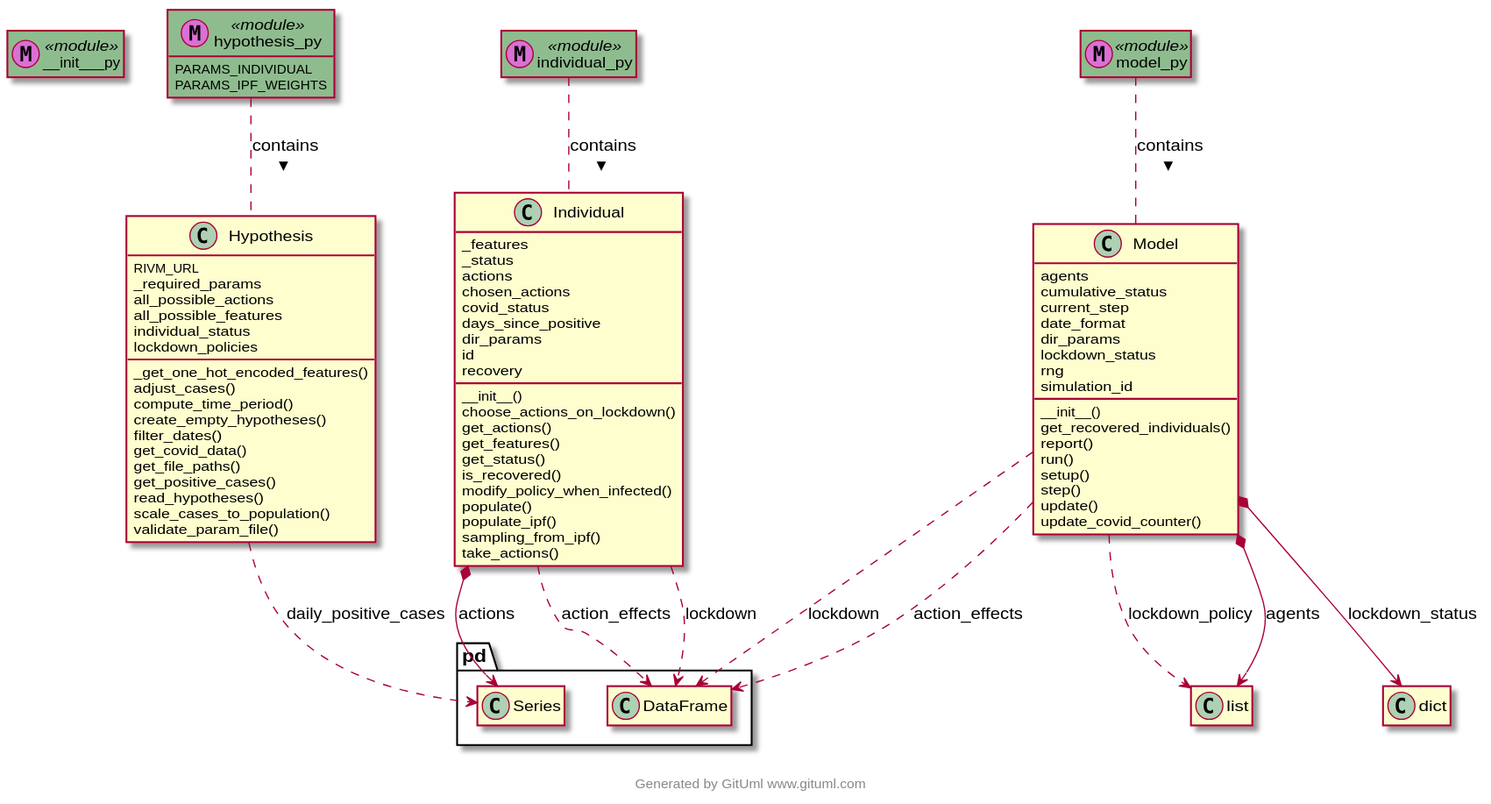
Before: comma_diagram.drawio.svg, a diagram exported from PlantUML (covid19ABM/comma).
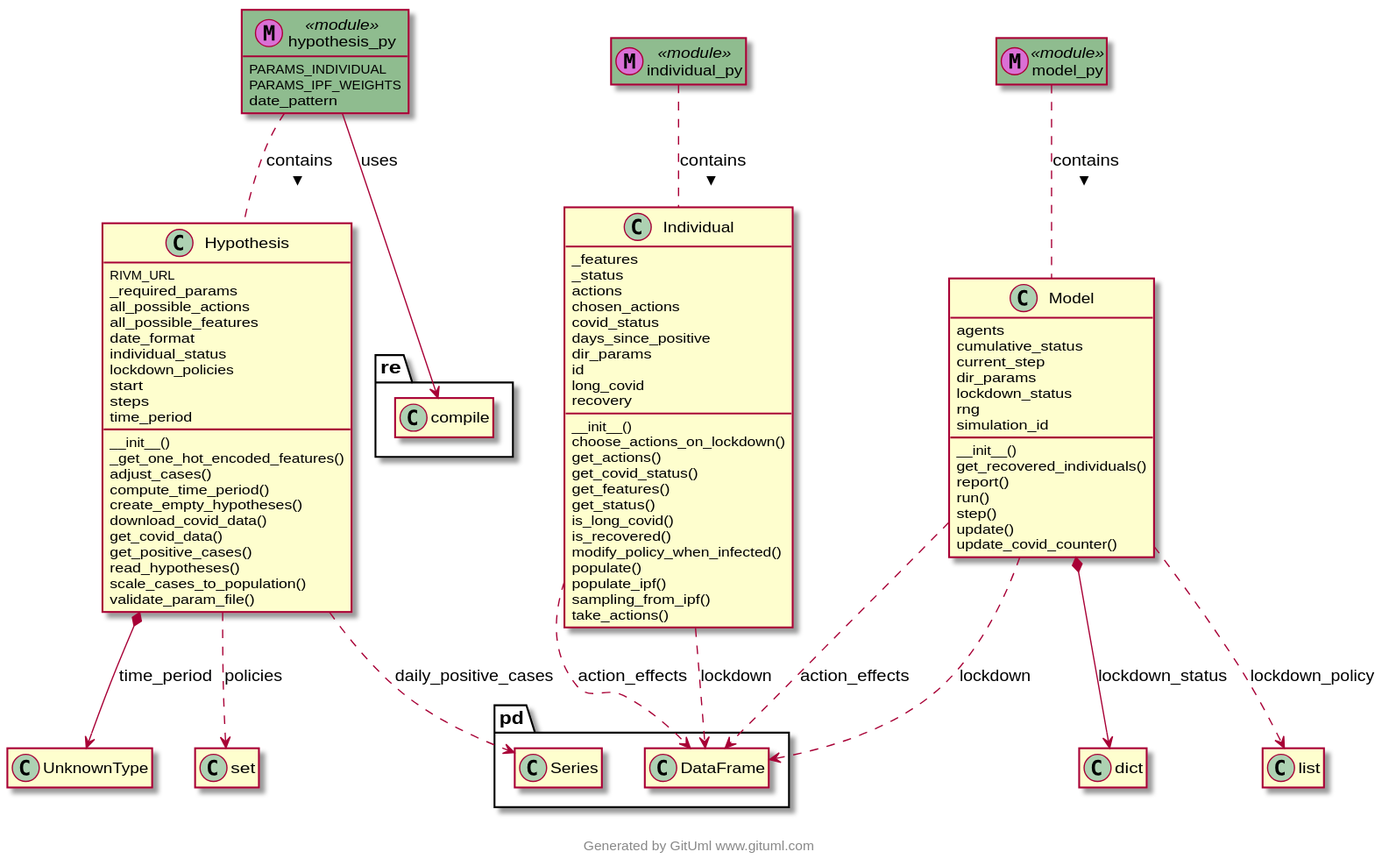
Later version of the same file.

Diff of the diagram source:
```diff
@@ -1,33 +1,39 @@
 @startuml
-class __init___py <<module>> << (M,orchid) >> #DarkSeaGreen {
-}
 class Hypothesis {
     RIVM_URL
     _required_params
     all_possible_actions
     all_possible_features
+    date_format
     individual_status
     lockdown_policies
+    start
+    steps
+    time_period
+    __init__()
     _get_one_hot_encoded_features()
     adjust_cases()
     compute_time_period()
     create_empty_hypotheses()
-    filter_dates()
+    download_covid_data()
     get_covid_data()
-    get_file_paths()
     get_positive_cases()
     read_hypotheses()
     scale_cases_to_population()
     validate_param_file()
 }
 
+Hypothesis *--> UnknownType : time_period
 Hypothesis ..> pd.Series : daily_positive_cases
+Hypothesis ..> set : policies
 class hypothesis_py <<module>> << (M,orchid) >> #DarkSeaGreen {
     PARAMS_INDIVIDUAL
     PARAMS_IPF_WEIGHTS
+    date_pattern
 }
 
 hypothesis_py .. Hypothesis : contains >
+hypothesis_py --> re.compile : uses
 class Individual {
     _features
     _status
@@ -37,12 +43,15 @@
     days_since_positive
     dir_params
     id
+    long_covid
     recovery
     __init__()
     choose_actions_on_lockdown()
     get_actions()
+    get_covid_status()
     get_features()
     get_status()
+    is_long_covid()
     is_recovered()
     modify_policy_when_infected()
     populate()
@@ -51,7 +60,6 @@
     take_actions()
 }
 
-Individual *--> pd.Series : actions
 Individual ..> pd.DataFrame : lockdown
 Individual ..> pd.DataFrame : action_effects
 class individual_py <<module>> << (M,orchid) >> #DarkSeaGreen {
@@ -62,7 +70,6 @@
     agents
     cumulative_status
     current_step
-    date_format
     dir_params
     lockdown_status
     rng
@@ -71,13 +78,11 @@
     get_recovered_individuals()
     report()
     run()
-    setup()
     step()
     update()
     update_covid_counter()
 }
 
-Model *--> list : agents
 Model *--> dict : lockdown_status
 Model ..> pd.DataFrame : lockdown
 Model ..> pd.DataFrame : action_effects
```
